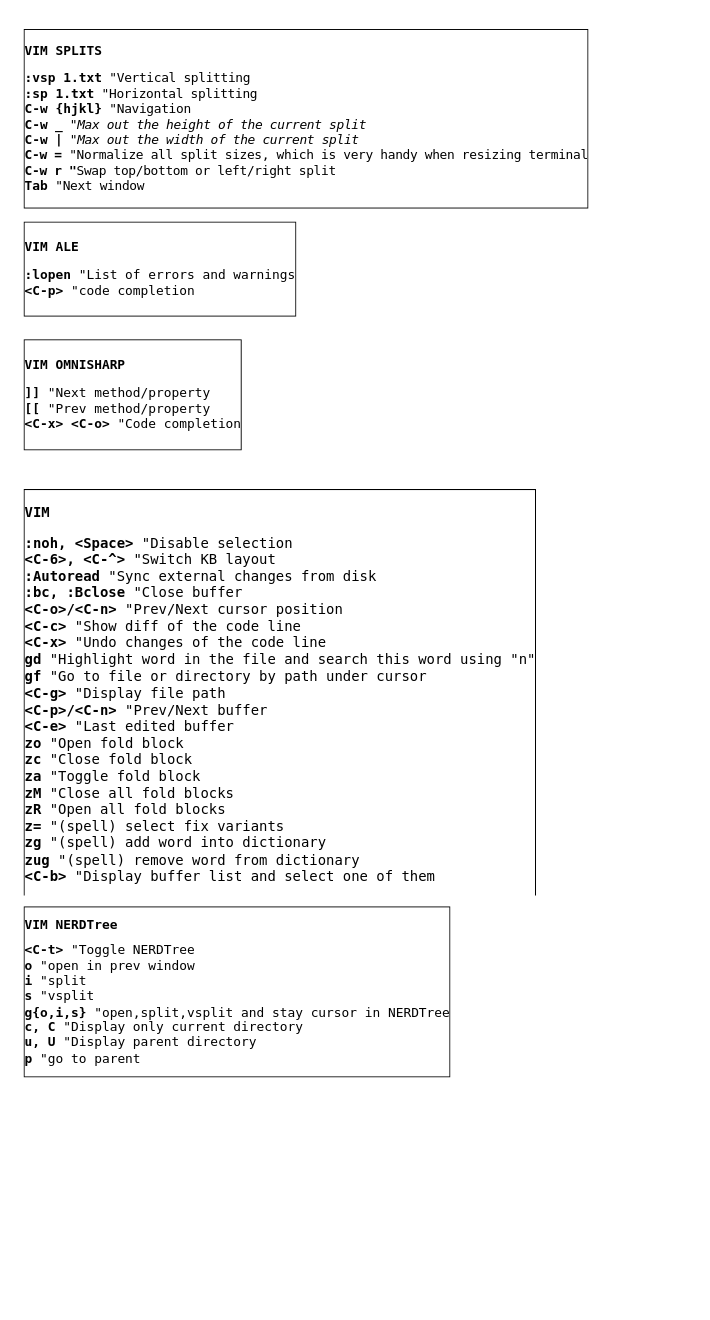
swvitaliy/dotfiles keeps this draw.io diagram as vim1.drawio. Above is the earlier version. Source tidied: cells renumbered, new cells numbered last; positions are measured from the earlier drawing's top-left corner, leaving out a move shared by most shapes. Both pictures are drawn from the tidied source at 107%, with x=0, y=0 at pixel (18, 18).
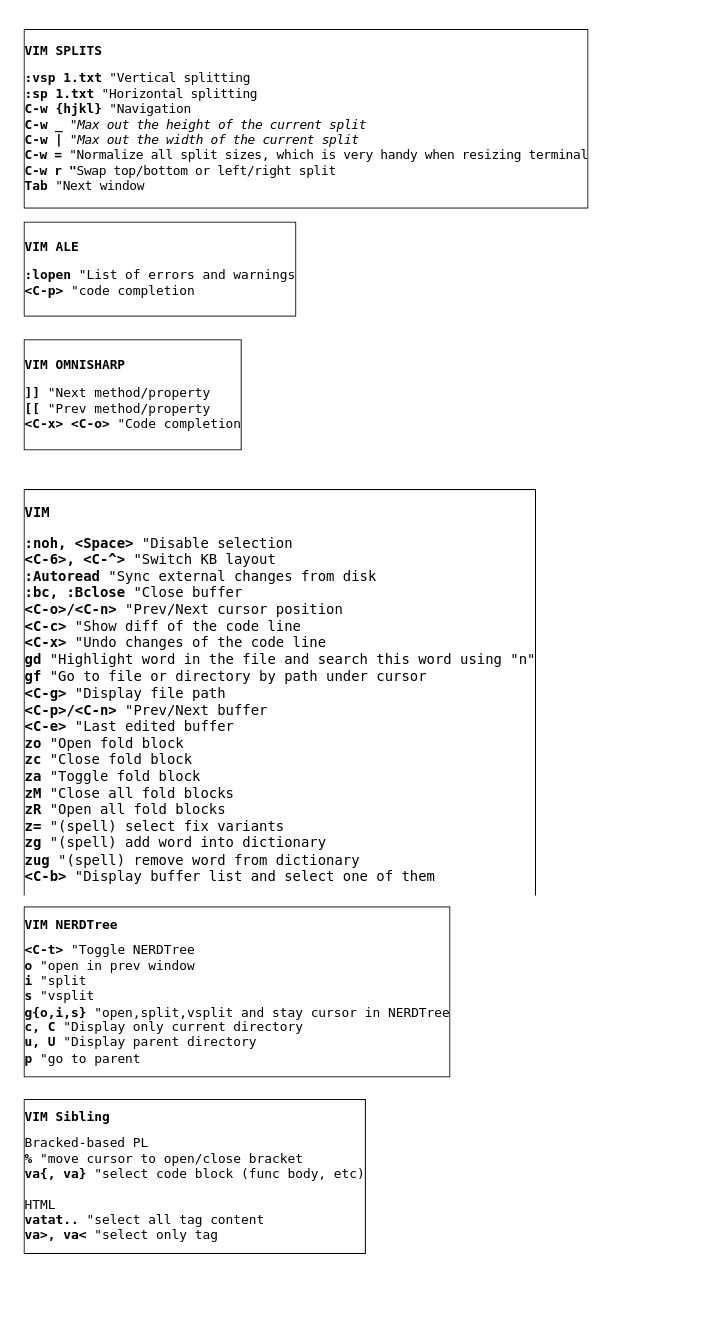
Above is the later version.

The edit, as a diff of the source:
```diff
@@
 <mxGraphModel>
   <root>
     <mxCell id="0" />
     <mxCell id="1" parent="0" />
     <mxCell id="2" value="&lt;p&gt;&lt;font style=&quot;font-size: 12px&quot;&gt;&lt;b&gt;VIM SPLITS&lt;/b&gt;&lt;/font&gt;&lt;/p&gt;&lt;p&gt;&lt;b&gt;:vsp 1.txt&lt;/b&gt;&lt;span style=&quot;font-weight: normal ; letter-spacing: -0.3px&quot;&gt; &quot;Vertical splitting&lt;br&gt;&lt;/span&gt;&lt;b&gt;:sp 1.txt&lt;/b&gt;&lt;span style=&quot;letter-spacing: -0.3px ; font-weight: normal&quot;&gt; &quot;Horizontal splitting&lt;br&gt;&lt;/span&gt;&lt;b&gt;C-w {hjkl}&lt;/b&gt;&lt;span style=&quot;font-weight: 400 ; letter-spacing: -0.3px&quot;&gt; &quot;Navigation&lt;br&gt;&lt;/span&gt;&lt;b&gt;C-&lt;span class=&quot;p&quot; style=&quot;letter-spacing: -0.3px ; box-sizing: inherit&quot;&gt;w&lt;/span&gt;&lt;span style=&quot;letter-spacing: -0.3px&quot;&gt; _&lt;/span&gt;&lt;/b&gt;&lt;span style=&quot;letter-spacing: -0.3px&quot;&gt; &lt;/span&gt;&lt;span style=&quot;letter-spacing: -0.3px ; font-weight: 400&quot;&gt;&quot;&lt;/span&gt;&lt;i&gt;&lt;span style=&quot;font-weight: 400 ; letter-spacing: -0.3px&quot;&gt;Max out the height of the current split&lt;br&gt;&lt;/span&gt;&lt;/i&gt;&lt;b&gt;C-&lt;span class=&quot;p&quot; style=&quot;letter-spacing: -0.3px ; box-sizing: inherit&quot;&gt;w&lt;/span&gt;&lt;span style=&quot;letter-spacing: -0.3px&quot;&gt; &lt;/span&gt;&lt;span class=&quot;p&quot; style=&quot;letter-spacing: -0.3px ; box-sizing: inherit&quot;&gt;|&lt;/span&gt;&lt;/b&gt;&lt;span class=&quot;p&quot; style=&quot;letter-spacing: -0.3px ; font-weight: normal ; box-sizing: inherit&quot;&gt; &lt;/span&gt;&lt;span style=&quot;letter-spacing: -0.3px ; font-weight: 400&quot;&gt;&lt;i&gt;&quot;Max out the width of the current split&lt;br&gt;&lt;/i&gt;&lt;/span&gt;&lt;font style=&quot;letter-spacing: -0.3px ; font-size: 12px&quot;&gt;&lt;b&gt;C-&lt;span class=&quot;p&quot; style=&quot;box-sizing: inherit&quot;&gt;w&lt;/span&gt; &lt;span class=&quot;p&quot; style=&quot;box-sizing: inherit&quot;&gt;=&lt;/span&gt;&lt;/b&gt;&lt;span class=&quot;p&quot; style=&quot;box-sizing: inherit&quot;&gt; &lt;/span&gt;&lt;/font&gt;&lt;span style=&quot;letter-spacing: -0.3px&quot;&gt;&lt;span style=&quot;font-weight: normal&quot;&gt;&quot;Normalize all split sizes, which is very handy when resizing terminal&lt;/span&gt;&lt;span style=&quot;font-weight: 400&quot;&gt;&lt;br&gt;&lt;/span&gt;&lt;/span&gt;&lt;font style=&quot;letter-spacing: -0.3px ; font-weight: normal ; font-size: 12px&quot;&gt;&lt;b&gt;C-&lt;/b&gt;&lt;span class=&quot;p&quot; style=&quot;box-sizing: inherit&quot;&gt;&lt;b&gt;w&lt;/b&gt;&lt;/span&gt;&lt;b&gt; r &quot;&lt;/b&gt;&lt;/font&gt;&lt;span style=&quot;font-weight: normal ; letter-spacing: -0.3px&quot;&gt;Swap top/bottom or left/right split&lt;br&gt;&lt;/span&gt;&lt;b&gt;Tab&lt;/b&gt;&lt;span style=&quot;letter-spacing: -0.3px ; font-weight: normal&quot;&gt;&amp;nbsp;&quot;Next window&lt;/span&gt;&lt;/p&gt;" style="text;html=1;spacing=5;padding=5;whiteSpace=wrap;overflow=hidden;rounded=0;fontFamily=monospace;labelBackgroundColor=#ffffff;labelBorderColor=#000000;" parent="1" vertex="1">
       <mxGeometry width="630" height="180" as="geometry" />
     </mxCell>
     <mxCell id="3" style="edgeStyle=orthogonalEdgeStyle;rounded=0;orthogonalLoop=1;jettySize=auto;html=1;exitX=0.5;exitY=1;exitDx=0;exitDy=0;" parent="1" edge="1" source="2" target="2">
       <mxGeometry relative="1" as="geometry" />
     </mxCell>
     <mxCell id="4" value="&lt;p style=&quot;line-height: 80%&quot;&gt;&lt;/p&gt;&lt;p style=&quot;font-size: 13px&quot;&gt;&lt;font style=&quot;font-size: 13px&quot;&gt;&lt;b&gt;VIM&lt;/b&gt;&lt;/font&gt;&lt;/p&gt;&lt;p style=&quot;font-size: 13px&quot;&gt;&lt;font style=&quot;font-size: 13px&quot;&gt;&lt;b&gt;:noh, &amp;lt;Space&amp;gt; &lt;/b&gt;&lt;/font&gt;&lt;font style=&quot;font-size: 13px ; font-weight: normal&quot;&gt;&quot;Disable selection&lt;br&gt;&lt;/font&gt;&lt;font style=&quot;font-size: 13px&quot;&gt;&lt;b&gt;&amp;lt;C-6&amp;gt;, &amp;lt;C-^&amp;gt; &lt;/b&gt;&lt;/font&gt;&lt;font style=&quot;font-size: 13px ; font-weight: normal&quot;&gt;&quot;Switch KB layout&lt;br&gt;&lt;/font&gt;&lt;font style=&quot;font-size: 13px&quot;&gt;&lt;b&gt;:Autoread &lt;/b&gt;&lt;/font&gt;&lt;font style=&quot;font-size: 13px ; font-weight: normal&quot;&gt;&quot;Sync external changes from disk&lt;/font&gt;&lt;font style=&quot;font-size: 13px ; font-weight: normal&quot;&gt;&lt;br&gt;&lt;/font&gt;&lt;font style=&quot;font-size: 13px&quot;&gt;&lt;b&gt;:bc, :Bclose &lt;/b&gt;&lt;/font&gt;&lt;font style=&quot;font-size: 13px ; font-weight: normal&quot;&gt;&quot;Close buffer&lt;br&gt;&lt;/font&gt;&lt;font style=&quot;font-size: 13px&quot;&gt;&lt;b&gt;&amp;lt;C-o&amp;gt;/&amp;lt;C-n&amp;gt; &lt;/b&gt;&lt;/font&gt;&lt;font style=&quot;font-size: 13px ; font-weight: normal&quot;&gt;&quot;Prev/Next cursor position&lt;/font&gt;&lt;font style=&quot;font-size: 13px ; font-weight: normal&quot;&gt;&lt;br&gt;&lt;/font&gt;&lt;font style=&quot;font-size: 13px&quot;&gt;&lt;b&gt;&amp;lt;C-c&amp;gt; &lt;/b&gt;&lt;/font&gt;&lt;font style=&quot;font-size: 13px ; font-weight: normal&quot;&gt;&quot;Show diff of the code line&lt;br&gt;&lt;/font&gt;&lt;font style=&quot;font-size: 13px&quot;&gt;&lt;b&gt;&amp;lt;C-x&amp;gt; &lt;/b&gt;&lt;/font&gt;&lt;font style=&quot;font-size: 13px ; font-weight: normal&quot;&gt;&quot;Undo changes of the code line&lt;/font&gt;&lt;font style=&quot;font-size: 13px ; font-weight: normal&quot;&gt;&lt;br&gt;&lt;/font&gt;&lt;font style=&quot;font-size: 13px&quot;&gt;&lt;b&gt;gd &lt;/b&gt;&lt;/font&gt;&lt;font style=&quot;font-size: 13px ; font-weight: normal&quot;&gt;&quot;Highlight word in the file and search this word using &quot;n&quot;&lt;br&gt;&lt;/font&gt;&lt;font style=&quot;font-size: 13px&quot;&gt;&lt;b&gt;gf &lt;/b&gt;&lt;/font&gt;&lt;font style=&quot;font-size: 13px ; font-weight: normal&quot;&gt;&quot;Go to file or directory by path under cursor&lt;/font&gt;&lt;font style=&quot;font-size: 13px ; font-weight: normal&quot;&gt;&lt;br&gt;&lt;/font&gt;&lt;font style=&quot;font-size: 13px&quot;&gt;&lt;b&gt;&amp;lt;C-g&amp;gt; &lt;/b&gt;&lt;/font&gt;&lt;font style=&quot;font-size: 13px ; font-weight: normal&quot;&gt;&quot;Display file path&lt;/font&gt;&lt;font style=&quot;font-size: 13px ; font-weight: normal&quot;&gt;&lt;br&gt;&lt;/font&gt;&lt;font style=&quot;font-size: 13px&quot;&gt;&lt;b&gt;&amp;lt;C-p&amp;gt;/&amp;lt;C-n&amp;gt; &lt;/b&gt;&lt;/font&gt;&lt;font style=&quot;font-size: 13px ; font-weight: normal&quot;&gt;&quot;Prev/Next buffer&lt;br&gt;&lt;/font&gt;&lt;font style=&quot;font-size: 13px&quot;&gt;&lt;b&gt;&amp;lt;C-e&amp;gt; &lt;/b&gt;&lt;/font&gt;&lt;font style=&quot;font-size: 13px ; font-weight: normal&quot;&gt;&quot;Last edited buffer&lt;br&gt;&lt;/font&gt;&lt;font style=&quot;font-size: 13px&quot;&gt;&lt;b&gt;zo &lt;/b&gt;&lt;/font&gt;&lt;font style=&quot;font-size: 13px ; font-weight: normal&quot;&gt;&quot;Open fold block&lt;br&gt;&lt;/font&gt;&lt;font style=&quot;font-size: 13px&quot;&gt;&lt;b&gt;zc &lt;/b&gt;&lt;/font&gt;&lt;font style=&quot;font-size: 13px ; font-weight: normal&quot;&gt;&quot;Close fold block&lt;br&gt;&lt;b&gt;za&amp;nbsp;&lt;/b&gt;&quot;Toggle fold block&lt;br&gt;&lt;b&gt;zM&amp;nbsp;&lt;/b&gt;&quot;Close all fold blocks&lt;br&gt;&lt;b&gt;zR&amp;nbsp;&lt;/b&gt;&quot;Open all fold blocks&lt;br&gt;&lt;/font&gt;&lt;font style=&quot;font-size: 13px&quot;&gt;&lt;b&gt;z= &lt;/b&gt;&lt;/font&gt;&lt;font style=&quot;font-size: 13px ; font-weight: normal&quot;&gt;&quot;(spell) select fix variants&lt;br&gt;&lt;/font&gt;&lt;font style=&quot;font-size: 13px&quot;&gt;&lt;b&gt;zg &lt;/b&gt;&lt;/font&gt;&lt;font style=&quot;font-size: 13px ; font-weight: normal&quot;&gt;&quot;(spell) add word into dictionary&lt;br&gt;&lt;/font&gt;&lt;font style=&quot;font-size: 13px&quot;&gt;&lt;b&gt;zug &lt;/b&gt;&lt;/font&gt;&lt;font style=&quot;font-size: 13px ; font-weight: normal&quot;&gt;&quot;(spell) remove word from dictionary&lt;br&gt;&lt;/font&gt;&lt;font style=&quot;font-size: 13px&quot;&gt;&lt;b&gt;&amp;lt;C-b&amp;gt; &lt;/b&gt;&lt;/font&gt;&lt;font style=&quot;font-size: 13px ; font-weight: normal&quot;&gt;&quot;Display buffer list and select one of them&lt;/font&gt;&lt;/p&gt;&lt;p&gt;&lt;/p&gt;" style="text;html=1;spacing=5;padding=5;whiteSpace=wrap;overflow=hidden;rounded=0;fontFamily=monospace;labelBackgroundColor=#ffffff;labelBorderColor=#000000;" parent="1" vertex="1">
       <mxGeometry y="430" width="580" height="390" as="geometry" />
     </mxCell>
     <mxCell id="5" value="&lt;h1&gt;&lt;p style=&quot;font-size: 12px&quot;&gt;&lt;b&gt;VIM ALE&lt;/b&gt;&lt;/p&gt;&lt;p style=&quot;font-size: 12px&quot;&gt;:lopen&lt;span style=&quot;font-weight: normal&quot;&gt;&amp;nbsp;&quot;List of errors and warnings&lt;/span&gt;&lt;br&gt;&amp;lt;C-p&amp;gt;&lt;span style=&quot;font-weight: normal&quot;&gt; &quot;code completion&lt;/span&gt;&lt;/p&gt;&lt;/h1&gt;" style="text;html=1;spacing=5;padding=5;whiteSpace=wrap;overflow=hidden;rounded=0;fontFamily=monospace;labelBackgroundColor=#ffffff;labelBorderColor=#000000;" parent="1" vertex="1">
       <mxGeometry y="180" width="630" height="110" as="geometry" />
     </mxCell>
     <mxCell id="6" value="&lt;h1 style=&quot;font-size: 14px&quot;&gt;&lt;div style=&quot;font-size: 12px&quot;&gt;VIM NERDTree&lt;/div&gt;&lt;/h1&gt;&lt;h1 style=&quot;font-size: 14px&quot;&gt;&lt;div style=&quot;font-size: 12px&quot;&gt;&amp;lt;C-t&amp;gt;&lt;span style=&quot;font-weight: normal&quot;&gt; &quot;Toggle NERDTree&lt;/span&gt;&lt;br&gt;o &lt;span style=&quot;font-weight: normal&quot;&gt;&quot;open in prev window&lt;/span&gt;&lt;/div&gt;&lt;div style=&quot;font-size: 12px&quot;&gt;i &lt;span style=&quot;font-weight: normal&quot;&gt;&quot;split&lt;/span&gt;&lt;/div&gt;&lt;div style=&quot;font-size: 12px&quot;&gt;s &lt;span style=&quot;font-weight: normal&quot;&gt;&quot;vsplit&lt;/span&gt;&lt;/div&gt;&lt;div style=&quot;font-size: 12px&quot;&gt;g{o,i,s}&lt;span style=&quot;font-weight: normal&quot;&gt;&amp;nbsp;&quot;open,split,vsplit and stay cursor in NERDTree&lt;/span&gt;&lt;/div&gt;&lt;div style=&quot;font-size: 12px&quot;&gt;c, C&lt;span style=&quot;font-weight: normal&quot;&gt;&amp;nbsp;&quot;Display only current directory&lt;/span&gt;&lt;/div&gt;&lt;div style=&quot;font-size: 12px&quot;&gt;u, U&lt;span style=&quot;font-weight: normal&quot;&gt;&amp;nbsp;&quot;Display parent directory&lt;/span&gt;&lt;/div&gt;&lt;div style=&quot;font-size: 12px&quot;&gt;p&lt;span style=&quot;font-weight: normal&quot;&gt;&amp;nbsp;&quot;go to parent&lt;/span&gt;&lt;/div&gt;&lt;/h1&gt;" style="text;html=1;spacing=5;padding=5;whiteSpace=wrap;overflow=hidden;rounded=0;fontFamily=monospace;labelBackgroundColor=#ffffff;labelBorderColor=#000000;" parent="1" vertex="1">
       <mxGeometry y="820" width="630" height="200" as="geometry" />
     </mxCell>
     <mxCell id="7" value="&lt;h1&gt;&lt;p style=&quot;font-size: 12px&quot;&gt;&lt;b&gt;VIM OMNISHARP&lt;/b&gt;&lt;/p&gt;&lt;p style=&quot;font-size: 12px&quot;&gt;]] &lt;span style=&quot;font-weight: normal&quot;&gt;&quot;Next method/property&lt;/span&gt;&lt;br&gt;[[ &lt;span style=&quot;font-weight: normal&quot;&gt;&quot;Prev method/property&lt;/span&gt;&lt;br&gt;&amp;lt;C-x&amp;gt; &amp;lt;C-o&amp;gt;&lt;span style=&quot;font-weight: normal&quot;&gt; &quot;Code completion&lt;/span&gt;&lt;/p&gt;&lt;/h1&gt;" style="text;html=1;spacing=5;padding=5;whiteSpace=wrap;overflow=hidden;rounded=0;fontFamily=monospace;labelBackgroundColor=#ffffff;labelBorderColor=#000000;" parent="1" vertex="1">
       <mxGeometry y="290" width="630" height="120" as="geometry" />
     </mxCell>
+    <mxCell id="8" value="&lt;h1 style=&quot;font-size: 14px&quot;&gt;&lt;div style=&quot;font-size: 12px&quot;&gt;VIM Sibling&lt;/div&gt;&lt;/h1&gt;&lt;h1 style=&quot;font-size: 14px&quot;&gt;&lt;div style=&quot;font-size: 12px&quot;&gt;&lt;span style=&quot;font-weight: 400&quot;&gt;Bracked-based PL&lt;/span&gt;&lt;br&gt;&lt;/div&gt;&lt;div style=&quot;font-size: 12px&quot;&gt;%&lt;span style=&quot;font-weight: normal&quot;&gt; &quot;move cursor to open/close bracket&lt;/span&gt;&lt;/div&gt;&lt;div style=&quot;font-size: 12px&quot;&gt;va{, va}&amp;nbsp;&lt;span style=&quot;font-weight: normal&quot;&gt;&quot;select code block (func body, etc)&lt;/span&gt;&lt;br&gt;&lt;/div&gt;&lt;div style=&quot;font-size: 12px&quot;&gt;&lt;span style=&quot;font-weight: 400&quot;&gt;&lt;br&gt;&lt;/span&gt;&lt;/div&gt;&lt;div style=&quot;font-size: 12px&quot;&gt;&lt;span style=&quot;font-weight: 400&quot;&gt;HTML&lt;br&gt;&lt;/span&gt;vatat..&amp;nbsp;&lt;span style=&quot;font-weight: normal&quot;&gt;&quot;select all tag content&lt;/span&gt;&lt;/div&gt;&lt;div style=&quot;font-size: 12px&quot;&gt;va&amp;gt;, va&amp;lt;&amp;nbsp;&lt;span style=&quot;font-weight: normal&quot;&gt;&quot;select only tag&lt;/span&gt;&lt;/div&gt;&lt;/h1&gt;" style="text;html=1;spacing=5;padding=5;whiteSpace=wrap;overflow=hidden;rounded=0;fontFamily=monospace;labelBackgroundColor=#ffffff;labelBorderColor=#000000;" parent="1" vertex="1">
+      <mxGeometry y="1000" width="630" height="200" as="geometry" />
+    </mxCell>
   </root>
 </mxGraphModel>
```
